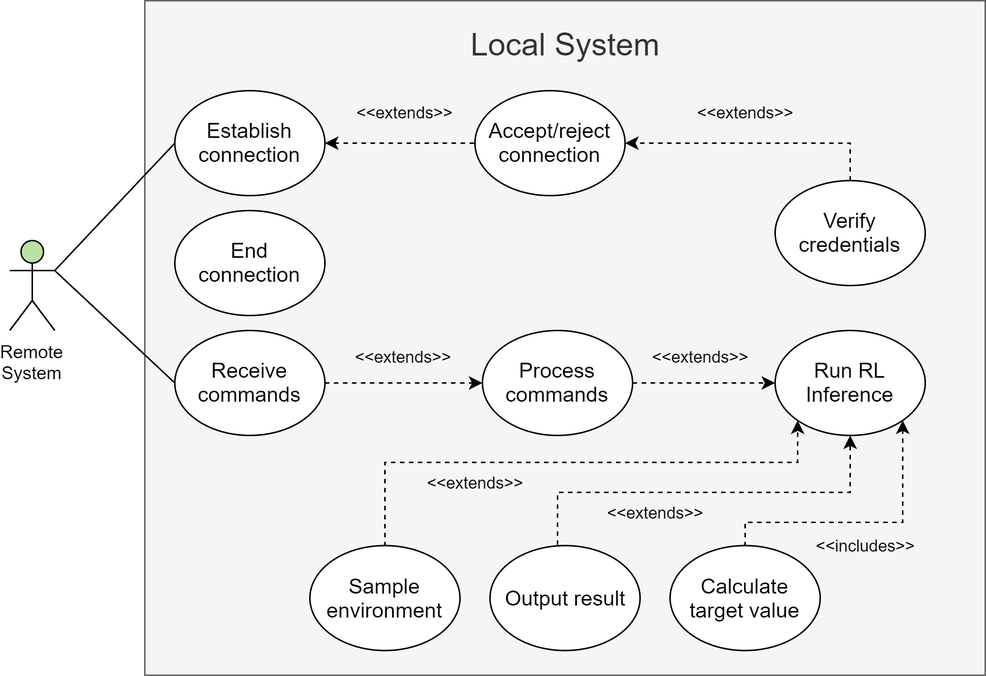
esrg-silent-howl/zephyrus keeps this draw.io diagram as 2. Analysis/5. System Analysis/Local/Use Case/use_case_local.png. Above is the earlier version. Source tidied: cells renumbered, new cells last; positions are measured from the earlier drawing's top-left corner, leaving out a move shared by most shapes.
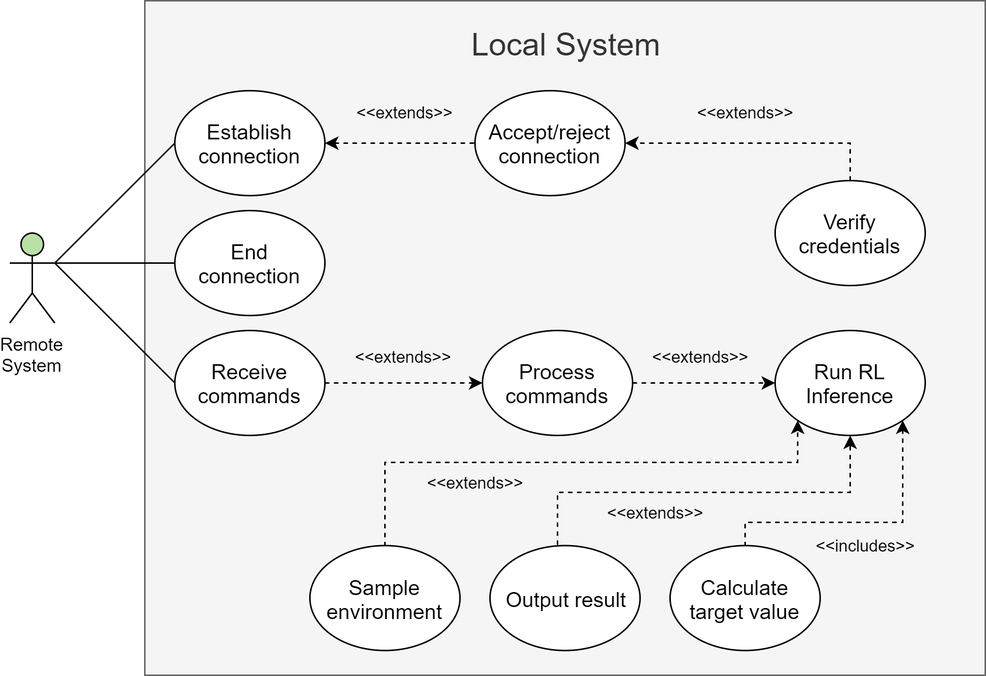
Later version of the same file.

Commit message:
FIX: Use case diagram local - added arrow

Change to the diagram source:
```diff
@@ -12,7 +12,7 @@
       <mxGeometry relative="1" as="geometry" />
     </mxCell>
     <mxCell id="5" value="Remote&lt;br&gt;System" style="shape=umlActor;verticalLabelPosition=bottom;verticalAlign=top;html=1;outlineConnect=0;fillColor=#B9E0A5;" parent="1" vertex="1">
-      <mxGeometry y="160" width="30" height="60" as="geometry" />
+      <mxGeometry y="155" width="30" height="60" as="geometry" />
     </mxCell>
     <mxCell id="6" style="edgeStyle=orthogonalEdgeStyle;rounded=0;jettySize=auto;html=1;exitX=1;exitY=0.5;exitDx=0;exitDy=0;entryX=0;entryY=0.5;entryDx=0;entryDy=0;dashed=1;" parent="1" edge="1" source="7" target="9">
       <mxGeometry relative="1" as="geometry" />
@@ -108,5 +108,8 @@
     <mxCell id="30" value="&amp;lt;&amp;lt;extends&amp;gt;&amp;gt;" style="text;html=1;strokeColor=none;fillColor=none;align=center;verticalAlign=middle;whiteSpace=wrap;rounded=0;fontSize=11;rotation=0;" parent="1" vertex="1">
       <mxGeometry x="400" y="331.5" width="60" height="20" as="geometry" />
     </mxCell>
+    <mxCell id="31" style="rounded=0;jettySize=auto;html=1;entryX=0;entryY=0.5;entryDx=0;entryDy=0;fontSize=14;endArrow=none;endFill=0;exitX=1;exitY=0.3333333333333333;exitDx=0;exitDy=0;exitPerimeter=0;" parent="1" edge="1" source="5" target="24">
+      <mxGeometry relative="1" as="geometry" />
+    </mxCell>
   </root>
 </mxGraphModel>
```
